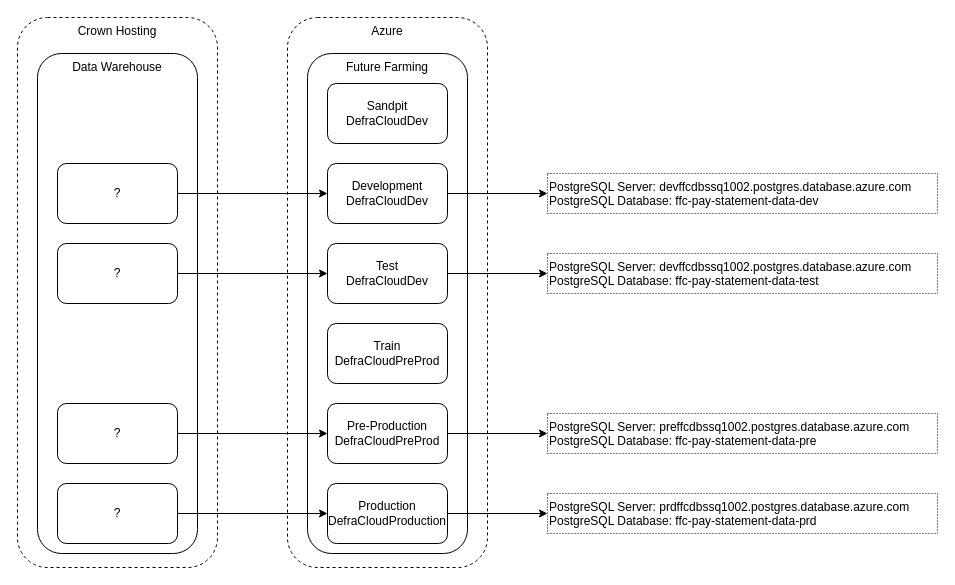
This is dwh-integration.drawio from johnwatson484/diagrams, a draw.io file, before an edit. Source tidied: cells renumbered, new cells numbered last; positions are measured from the earlier drawing's top-left corner, leaving out a move shared by most shapes. Both pictures are drawn from the tidied source at 100%, with x=0, y=0 at pixel (17, 17).
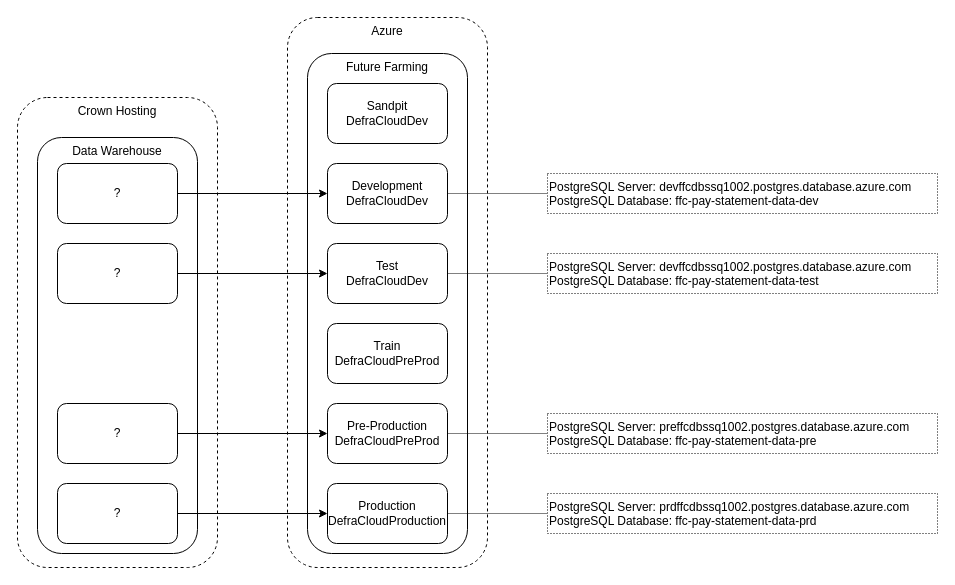
The same diagram, later.

The change refers to these unchanged cells:
```xml
<mxCell id="7" value="Development&lt;br&gt;DefraCloudDev" style="rounded=1;whiteSpace=wrap;html=1;" parent="1" vertex="1">
  <mxGeometry x="310" y="146" width="120" height="60" as="geometry" />
</mxCell>
<mxCell id="9" value="Test&lt;br&gt;DefraCloudDev" style="rounded=1;whiteSpace=wrap;html=1;" parent="1" vertex="1">
  <mxGeometry x="310" y="226" width="120" height="60" as="geometry" />
</mxCell>
<mxCell id="12" value="Pre-Production&lt;br&gt;DefraCloudPreProd" style="rounded=1;whiteSpace=wrap;html=1;" parent="1" vertex="1">
  <mxGeometry x="310" y="386" width="120" height="60" as="geometry" />
</mxCell>
<mxCell id="14" value="Production&lt;br&gt;DefraCloudProduction" style="rounded=1;whiteSpace=wrap;html=1;" parent="1" vertex="1">
  <mxGeometry x="310" y="466" width="120" height="60" as="geometry" />
</mxCell>
<mxCell id="24" value="PostgreSQL Server: devffcdbssq1002.postgres.database.azure.com&lt;br&gt;PostgreSQL Database: ffc-pay-statement-data-dev" style="rounded=0;whiteSpace=wrap;html=1;dashed=1;dashPattern=1 2;align=left;verticalAlign=top;" parent="1" vertex="1">
  <mxGeometry x="530" y="156" width="390" height="40" as="geometry" />
</mxCell>
<mxCell id="25" value="PostgreSQL Server: devffcdbssq1002.postgres.database.azure.com&lt;br&gt;PostgreSQL Database: ffc-pay-statement-data-test" style="rounded=0;whiteSpace=wrap;html=1;dashed=1;dashPattern=1 2;align=left;verticalAlign=top;" parent="1" vertex="1">
  <mxGeometry x="530" y="236" width="390" height="40" as="geometry" />
</mxCell>
<mxCell id="26" value="PostgreSQL Server: preffcdbssq1002.postgres.database.azure.com&lt;br&gt;PostgreSQL Database: ffc-pay-statement-data-pre" style="rounded=0;whiteSpace=wrap;html=1;dashed=1;dashPattern=1 2;align=left;verticalAlign=top;" parent="1" vertex="1">
  <mxGeometry x="530" y="396" width="390" height="40" as="geometry" />
</mxCell>
<mxCell id="27" value="PostgreSQL Server: prdffcdbssq1002.postgres.database.azure.com&lt;br&gt;PostgreSQL Database: ffc-pay-statement-data-prd" style="rounded=0;whiteSpace=wrap;html=1;dashed=1;dashPattern=1 2;align=left;verticalAlign=top;" parent="1" vertex="1">
  <mxGeometry x="530" y="476" width="390" height="40" as="geometry" />
</mxCell>
```

The edit, as a diff of the source:
```diff
@@
     <mxCell id="3" value="Crown Hosting" style="rounded=1;whiteSpace=wrap;html=1;dashed=1;verticalAlign=top;" parent="1" vertex="1">
-      <mxGeometry width="200" height="550" as="geometry" />
+      <mxGeometry y="80" width="200" height="470" as="geometry" />
     </mxCell>
@@
-    <mxCell id="6" style="edgeStyle=orthogonalEdgeStyle;rounded=0;jettySize=auto;html=1;entryX=0;entryY=0.5;entryDx=0;entryDy=0;" parent="1" edge="1" source="7" target="24">
+    <mxCell id="6" style="edgeStyle=orthogonalEdgeStyle;rounded=0;jettySize=auto;html=1;entryX=0;entryY=0.5;entryDx=0;entryDy=0;dashed=1;dashPattern=1 1;endArrow=none;endFill=0;" parent="1" edge="1" source="7" target="24">
       <mxGeometry relative="1" as="geometry" />
     </mxCell>
@@
-    <mxCell id="8" style="edgeStyle=orthogonalEdgeStyle;rounded=0;jettySize=auto;html=1;entryX=0;entryY=0.5;entryDx=0;entryDy=0;" parent="1" edge="1" source="9" target="25">
+    <mxCell id="8" style="edgeStyle=orthogonalEdgeStyle;rounded=0;jettySize=auto;html=1;entryX=0;entryY=0.5;entryDx=0;entryDy=0;dashed=1;dashPattern=1 1;endArrow=none;endFill=0;" parent="1" edge="1" source="9" target="25">
       <mxGeometry relative="1" as="geometry" />
     </mxCell>
@@
-    <mxCell id="11" style="edgeStyle=orthogonalEdgeStyle;rounded=0;jettySize=auto;html=1;" parent="1" edge="1" source="12" target="26">
+    <mxCell id="11" style="edgeStyle=orthogonalEdgeStyle;rounded=0;jettySize=auto;html=1;dashed=1;dashPattern=1 1;endArrow=none;endFill=0;" parent="1" edge="1" source="12" target="26">
       <mxGeometry relative="1" as="geometry" />
     </mxCell>
@@
-    <mxCell id="13" style="edgeStyle=orthogonalEdgeStyle;rounded=0;jettySize=auto;html=1;" parent="1" edge="1" source="14" target="27">
+    <mxCell id="13" style="edgeStyle=orthogonalEdgeStyle;rounded=0;jettySize=auto;html=1;dashed=1;dashPattern=1 1;endArrow=none;endFill=0;" parent="1" edge="1" source="14" target="27">
       <mxGeometry relative="1" as="geometry" />
     </mxCell>
@@
     <mxCell id="15" value="Data Warehouse" style="rounded=1;whiteSpace=wrap;html=1;verticalAlign=top;" parent="1" vertex="1">
-      <mxGeometry x="20" y="36" width="160" height="500" as="geometry" />
+      <mxGeometry x="20" y="120" width="160" height="416" as="geometry" />
     </mxCell>
```
